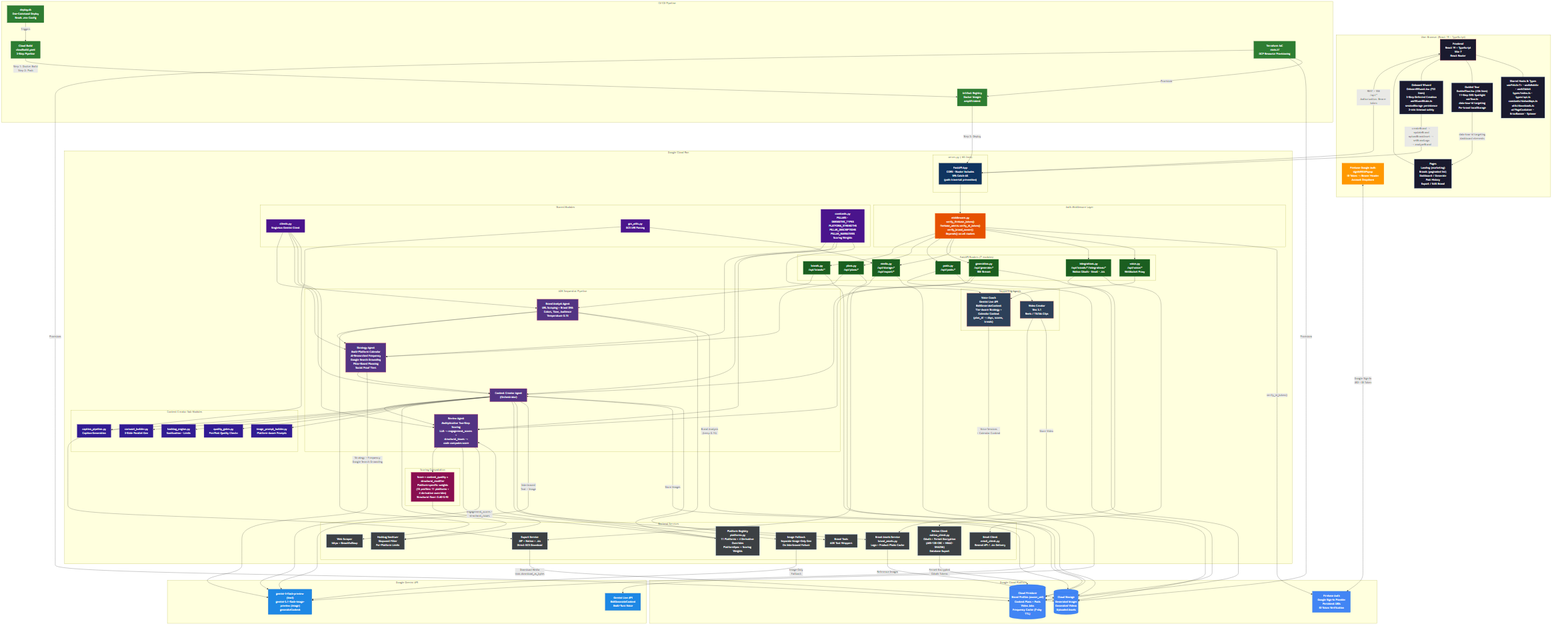
The Mermaid diagram docs/architecture.png in dimitriderose/amplispark, before a commit. Its source is kept beside it as docs/architecture.mermaid. Source of this version:
```mermaid
graph TB
    subgraph Browser["User Browser (React 19 + TypeScript)"]
        FE["Frontend<br/>React 19 + TypeScript<br/>Vite 7<br/>React Router"]
        AUTH["Firebase Google Auth<br/>signInWithPopup<br/>ID Token → Bearer Header<br/>Account Dropdown"]
        PAGES["Pages<br/>Landing (marketing)<br/>Brands (paginated list)<br/>Dashboard / Generate<br/>Post History<br/>Export / Edit Brand"]
        WIZARD["Onboard Wizard<br/>OnboardWizard.tsx (732 lines)<br/>3-Step Deferred Creation<br/>useWizardState.ts<br/>sessionStorage persistence<br/>2-min timeout safety"]
        TOUR["Guided Tour<br/>GuidedTour.tsx (436 lines)<br/>11-Step SVG Spotlight<br/>useTour.ts<br/>data-tour-id targeting<br/>Per-brand localStorage"]
        FE_HOOKS["Shared Hooks & Types<br/>useFetch&lt;T&gt; · useIsMobile · useIsTablet<br/>types/index.ts · types/api.ts<br/>constants/statusMaps.ts<br/>utils/downloads.ts<br/>ui/PageContainer · ErrorBanner · Spinner"]
    end

    subgraph CloudRun["Google Cloud Run"]
        subgraph AppSetup["server.py (~65 lines)"]
            APP["FastAPI App<br/>CORS · Router Includes<br/>SPA Catch-All<br/>(path traversal prevention)"]
        end

        subgraph Middleware["Auth Middleware Layer"]
            MW["middleware.py<br/>verify_firebase_token()<br/>firebase_admin.verify_id_token()<br/>verify_brand_owner()<br/>Depends() on all routers"]
        end

        subgraph Routers["FastAPI Routers (7 modules)"]
            R_BRANDS["brands.py<br/>/api/brands/*"]
            R_PLANS["plans.py<br/>/api/plans/*"]
            R_POSTS["posts.py<br/>/api/posts/*"]
            R_GEN["generation.py<br/>/api/generate/*<br/>SSE Stream"]
            R_MEDIA["media.py<br/>/api/storage/*<br/>/api/export/*"]
            R_INT["integrations.py<br/>/api/brands/*/integrations/*<br/>Notion OAuth · Email · .ics"]
            R_VOICE["voice.py<br/>/api/voice/*<br/>WebSocket Proxy"]
        end

        subgraph Pipeline["ADK Sequential Pipeline"]
            BA["Brand Analyst Agent<br/>URL Scraping + Brand DNA<br/>Colors, Tone, Audience<br/>Temperature 0.15"]
            STR["Strategy Agent<br/>Multi-Platform Calendar<br/>AI-Researched Frequency<br/>Google Search Grounding<br/>Pillar-Based Planning<br/>Social Proof Tiers"]
            CC["Content Creator Agent<br/>(Orchestrator)"]
            RA["Review Agent<br/>Multiplicative Two-Step Scoring<br/>LLM → engagement_scores +<br/>structural_issues →<br/>code computes score"]
        end

        subgraph CCModules["Content Creator Sub-Modules"]
            CP["caption_pipeline.py<br/>Caption Generation"]
            CB["carousel_builder.py<br/>3-Slide Parallel Gen"]
            HE["hashtag_engine.py<br/>Sanitization · Limits"]
            QG["quality_gates.py<br/>Pre/Post Quality Checks"]
            IPB["image_prompt_builder.py<br/>Platform-Aware Prompts"]
        end

        subgraph Scoring["Scoring Computation"]
            SC["Score = content_quality ×<br/>structural_modifier<br/>Platform-specific weights<br/>(15 profiles: 11 platforms +<br/>4 derivative overrides)<br/>Structural floor: 0.60–0.92"]
        end

        subgraph Support["Supporting Agents"]
            VC["Voice Coach<br/>Gemini Live API<br/>BidiGenerateContent<br/>Tier-Aware Strategy +<br/>Calendar Context<br/>(plan_id → days, scores, trends)"]
            VID["Video Creator<br/>Veo 3.1<br/>Reels / TikTok Clips"]
        end

        subgraph Shared["Shared Modules"]
            CL["clients.py<br/>Singleton Gemini Client"]
            GU["gcs_utils.py<br/>GCS URI Parsing"]
            CO["constants.py<br/>PILLARS · DERIVATIVE_TYPES<br/>PLATFORM_STRENGTHS<br/>PILLAR_DESCRIPTIONS<br/>PILLAR_NARRATIVES<br/>Scoring Weights"]
        end

        subgraph Services["Backend Services"]
            WS["Web Scraper<br/>httpx + BeautifulSoup"]
            BT["Brand Tools<br/>ADK Tool Wrappers"]
            HS["Hashtag Sanitizer<br/>Stopword Filter<br/>Per-Platform Limits"]
            EX["Export Service<br/>ZIP + Notion + .ics<br/>Direct GCS Download"]
            IF["Image Fallback<br/>Separate Image-Only Gen<br/>On Interleaved Failure"]
            PR["Platform Registry<br/>platforms.py<br/>11 Platforms + 4 Derivative Overrides<br/>PlatformSpec + Scoring Weights"]
            BA_SVC["Brand Assets Service<br/>brand_assets.py<br/>Logo + Product Photo Cache"]
            NC["Notion Client<br/>notion_client.py<br/>OAuth + Fernet Encryption<br/>(AES-128-CBC + HMAC-SHA256)<br/>Database Export"]
            EC["Email Client<br/>email_client.py<br/>Resend API / .ics Delivery"]
        end
    end

    subgraph CICD["CI/CD Pipeline"]
        DS["deploy.sh<br/>One-Command Deploy<br/>Reads .env Config"]
        CBuild["Cloud Build<br/>cloudbuild.yaml<br/>3-Step Pipeline"]
        AR["Artifact Registry<br/>Docker Images<br/>amplifi:latest"]
        TF["Terraform IaC<br/>main.tf<br/>GCP Resource Provisioning"]
    end

    subgraph GCP["Google Cloud Platform"]
        FS[("Cloud Firestore<br/>Brand Profiles (owner_uid)<br/>Content Plans + Posts<br/>Video Jobs<br/>Frequency Cache (7-day TTL)")]
        GCS[("Cloud Storage<br/>Generated Images<br/>Generated Videos<br/>Uploaded Assets")]
        FA["Firebase Auth<br/>Google Sign-In Provider<br/>Persistent UIDs<br/>ID Token Verification"]
    end

    subgraph Gemini["Google Gemini API"]
        GFlash["gemini-3-flash-preview (text)<br/>gemini-3.1-flash-image-preview (image)<br/>generateContent"]
        GLive["Gemini Live API<br/>BidiGenerateContent<br/>Multi-Turn Voice"]
    end

    FE <-->|"REST + SSE<br/>/api/*<br/>Authorization: Bearer token"| APP
    AUTH <-->|"Google Sign-In<br/>UID + ID Token"| FA
    FE --- PAGES
    FE --- WIZARD
    FE --- TOUR
    FE --- FE_HOOKS
    WIZARD -->|"createBrand → updateBrand<br/>uploadBrandAsset → setBrandLogo<br/>→ analyzeBrand"| APP
    TOUR -->|"data-tour-id targeting<br/>dashboard elements"| PAGES

    APP --> MW
    MW --> R_BRANDS
    MW --> R_PLANS
    MW --> R_POSTS
    MW --> R_GEN
    MW --> R_MEDIA
    MW --> R_INT
    MW --> R_VOICE

    MW -->|"verify_id_token()"| FA

    R_BRANDS --> BA
    R_PLANS --> STR
    R_GEN --> CC
    R_GEN --> RA

    BA --> STR
    STR --> CC
    CC --> RA

    CC --> CP
    CC --> CB
    CC --> HE
    CC --> QG
    CC --> IPB

    RA --> SC
    SC --> PR

    R_VOICE --> VC
    R_POSTS --> VID

    BA --> WS
    BA --> BT
    CC --> HS
    CC --> IF
    RA --> HS
    R_MEDIA --> EX

    CL --> BA
    CL --> STR
    CL --> CC
    CL --> RA
    CO --> STR
    CO --> CC
    CO --> RA
    CO --> VC
    GU --> EX
    GU --> R_MEDIA

    PR --> CC
    PR --> RA
    CC --> BA_SVC
    VID --> BA_SVC
    BA_SVC -->|"Reference Images"| GCS
    R_INT --> NC
    R_INT --> EC
    NC -->|"Fernet-Encrypted<br/>OAuth Tokens"| FS

    BA -->|"Brand Analysis<br/>(temp 0.15)"| GFlash
    STR -->|"Strategy + Frequency<br/>Google Search Grounding"| GFlash
    CC -->|"Interleaved<br/>Text + Image"| GFlash
    IF -->|"Image-Only<br/>Fallback"| GFlash
    RA -->|"engagement_scores +<br/>structural_issues"| GFlash
    VC -->|"Voice Sessions<br/>+ Calendar Context"| GLive

    R_BRANDS --> FS
    R_PLANS --> FS
    R_POSTS --> FS
    R_GEN --> FS
    R_MEDIA --> GCS
    CC -->|"Store Images"| GCS
    VID -->|"Store Video"| GCS
    EX -->|"Download Media<br/>blob.download_as_bytes"| GCS

    DS -->|"Triggers"| CBuild
    CBuild -->|"Step 1: Docker Build<br/>Step 2: Push"| AR
    AR -->|"Step 3: Deploy"| APP
    TF -->|"Provisions"| FS
    TF -->|"Provisions"| GCS
    TF -->|"Provisions"| AR

    classDef browser fill:#1a1a2e,stroke:#e94560,color:#fff
    classDef cloud fill:#0f3460,stroke:#16213e,color:#fff
    classDef pipeline fill:#533483,stroke:#e94560,color:#fff
    classDef support fill:#2d4059,stroke:#ea5455,color:#fff
    classDef tools fill:#3c4043,stroke:#8ab4f8,color:#fff
    classDef gcp fill:#4285f4,stroke:#1a73e8,color:#fff
    classDef gemini fill:#1e88e5,stroke:#1565c0,color:#fff
    classDef auth fill:#ff9800,stroke:#f57c00,color:#fff
    classDef infra fill:#2e7d32,stroke:#1b5e20,color:#fff
    classDef pages fill:#1a1a2e,stroke:#8ab4f8,color:#fff
    classDef router fill:#1b5e20,stroke:#4caf50,color:#fff
    classDef middleware fill:#e65100,stroke:#ff6d00,color:#fff
    classDef shared fill:#4a148c,stroke:#7c43bd,color:#fff
    classDef scoring fill:#880e4f,stroke:#c2185b,color:#fff
    classDef submodule fill:#311b92,stroke:#7e57c2,color:#fff

    class FE browser
    class AUTH auth
    class PAGES,FE_HOOKS,WIZARD,TOUR pages
    class APP cloud
    class MW middleware
    class R_BRANDS,R_PLANS,R_POSTS,R_GEN,R_MEDIA,R_INT,R_VOICE router
    class BA,STR,CC,RA pipeline
    class CP,CB,HE,QG,IPB submodule
    class SC scoring
    class VC,VID support
    class CL,GU,CO shared
    class WS,BT,HS,EX,IF,PR,BA_SVC,NC,EC tools
    class FS,GCS,FA gcp
    class GFlash,GLive gemini
    class DS,CBuild,AR,TF infra
```
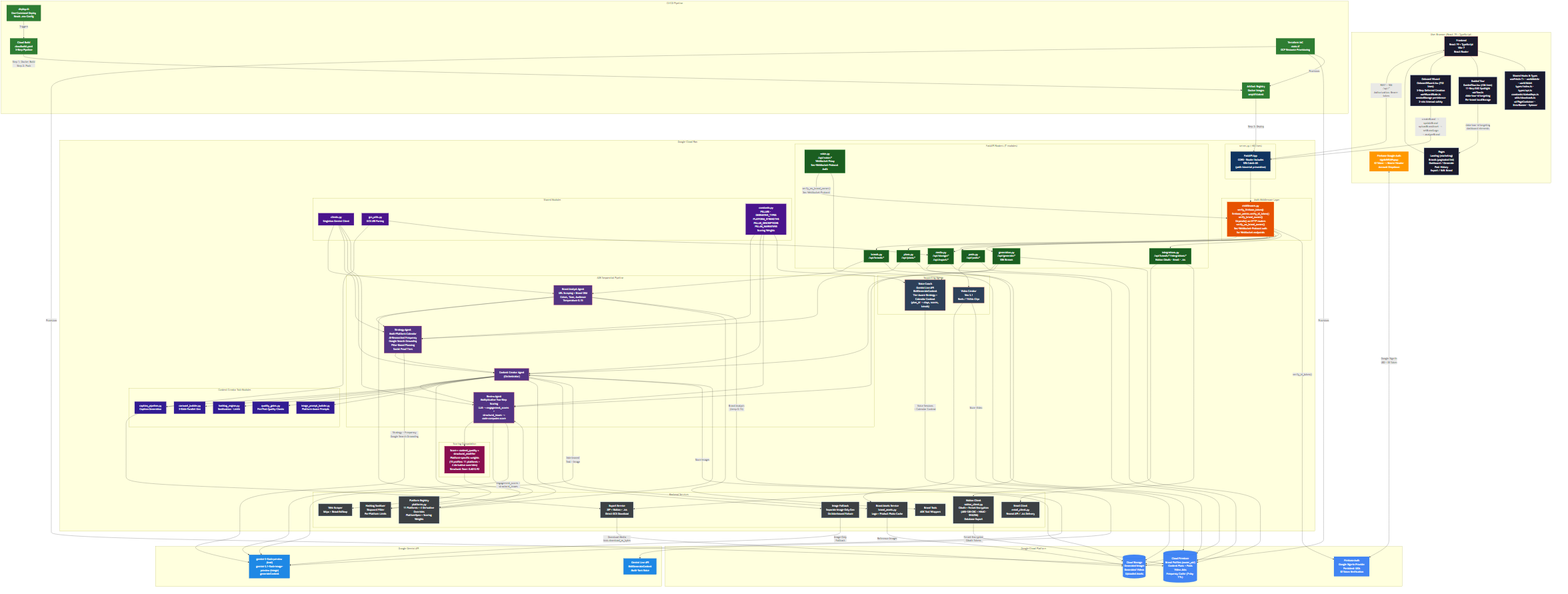
Above is the later version.

Commit message:
docs: update architecture + TDD for WebSocket Sec-WebSocket-Protocol auth

- Add verify_ws_brand_owner and Sec-WebSocket-Protocol auth to middleware node
- Update voice router node with WS auth label
- Add v1.8 WebSocket Authentication section to TDD Voice Coach docs
- Regenerate architecture.png

Change to the diagram source:
```diff
@@ -14,7 +14,7 @@
         end
 
         subgraph Middleware["Auth Middleware Layer"]
-            MW["middleware.py<br/>verify_firebase_token()<br/>firebase_admin.verify_id_token()<br/>verify_brand_owner()<br/>Depends() on all routers"]
+            MW["middleware.py<br/>verify_firebase_token()<br/>firebase_admin.verify_id_token()<br/>verify_brand_owner()<br/>Depends() on HTTP routers<br/>verify_ws_brand_owner()<br/>Sec-WebSocket-Protocol auth<br/>for WebSocket endpoints"]
         end
 
         subgraph Routers["FastAPI Routers (7 modules)"]
@@ -24,7 +24,7 @@
             R_GEN["generation.py<br/>/api/generate/*<br/>SSE Stream"]
             R_MEDIA["media.py<br/>/api/storage/*<br/>/api/export/*"]
             R_INT["integrations.py<br/>/api/brands/*/integrations/*<br/>Notion OAuth · Email · .ics"]
-            R_VOICE["voice.py<br/>/api/voice/*<br/>WebSocket Proxy"]
+            R_VOICE["voice.py<br/>/api/voice/*<br/>WebSocket Proxy<br/>Sec-WebSocket-Protocol Auth"]
         end
 
         subgraph Pipeline["ADK Sequential Pipeline"]
@@ -104,7 +104,7 @@
     MW --> R_GEN
     MW --> R_MEDIA
     MW --> R_INT
-    MW --> R_VOICE
+    R_VOICE -->|"verify_ws_brand_owner()\nSec-WebSocket-Protocol"| MW
 
     MW -->|"verify_id_token()"| FA
 
```
